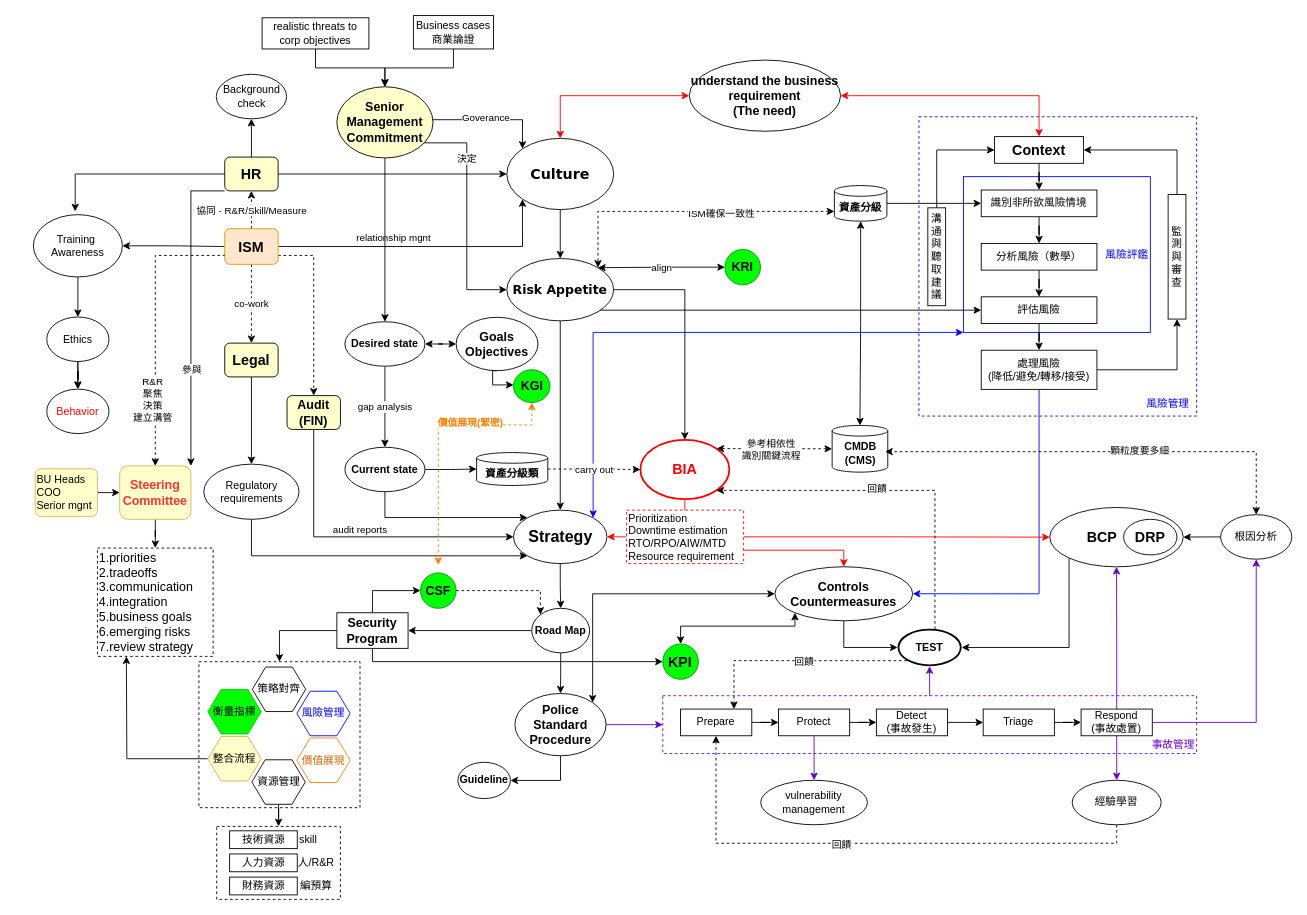
The draw.io diagram CISM.drawio in digipenguin/machinelearn-ndu, before the edit. Source tidied: cells renumbered, new cells numbered last; positions are measured from the earlier drawing's top-left corner, leaving out a move shared by most shapes. Both pictures are drawn from the tidied source at 89%, with x=0, y=0 at pixel (33, 15).
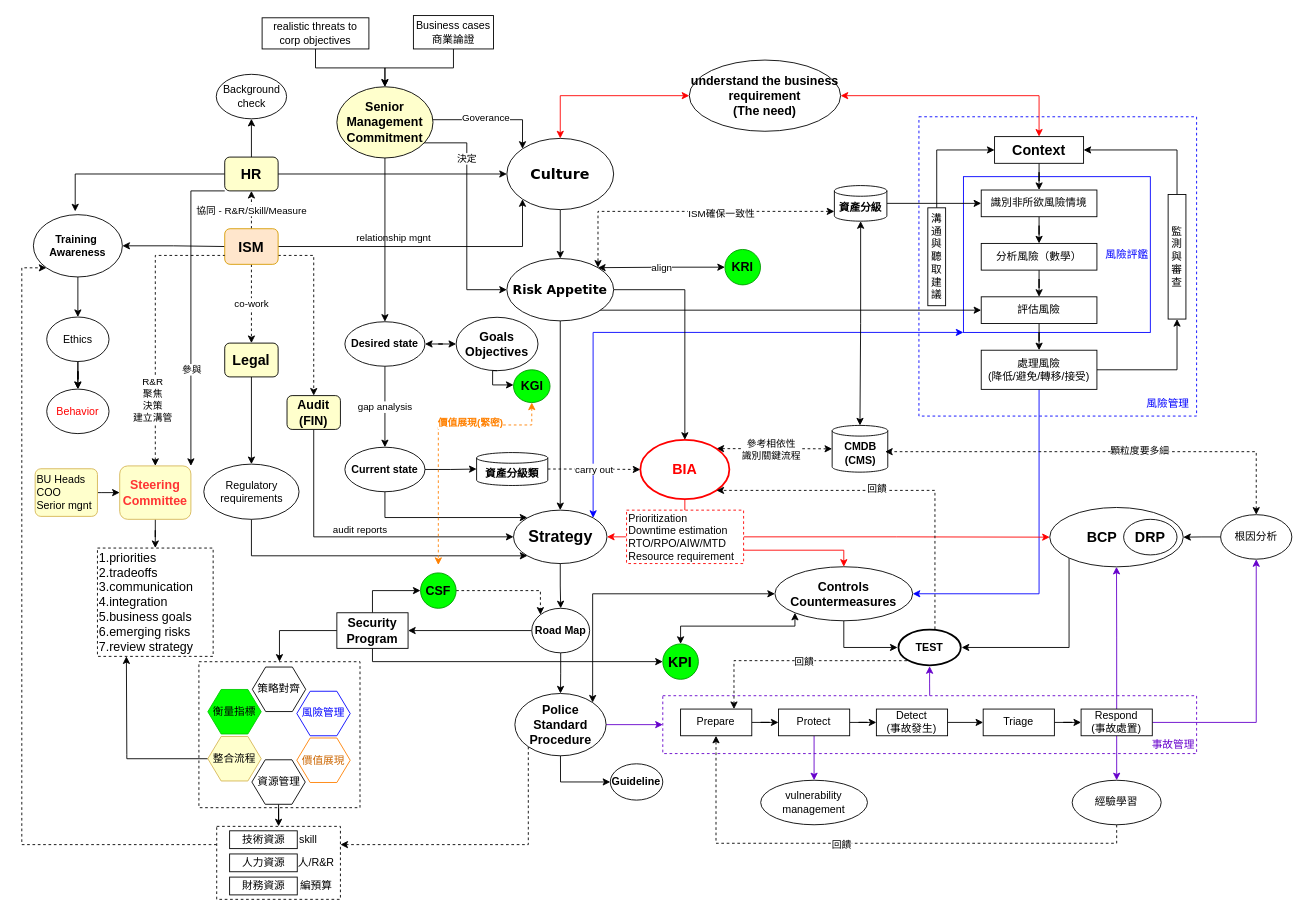
The same page after the edit.

The change refers to these unchanged cells:
```xml
<mxCell id="2" value="/ㄥ" style="rounded=0;whiteSpace=wrap;html=1;dashed=1;" parent="1" vertex="1">
  <mxGeometry x="206" y="911" width="139" height="82" as="geometry" />
</mxCell>
<mxCell id="19" value="&lt;b style=&quot;font-size: 14px&quot;&gt;&lt;span&gt;Police&lt;/span&gt;&lt;br&gt;&lt;span&gt;Standard&lt;/span&gt;&lt;br&gt;&lt;span&gt;Procedure&lt;/span&gt;&lt;/b&gt;" style="ellipse;whiteSpace=wrap;html=1;align=center;" parent="1" vertex="1">
  <mxGeometry x="541" y="761.7" width="102.5" height="70" as="geometry" />
</mxCell>
```

The edit, as a diff of the source:
```diff
@@
+    <mxCell id="168" style="edgeStyle=orthogonalEdgeStyle;rounded=0;jettySize=auto;html=1;exitX=0;exitY=0.25;exitDx=0;exitDy=0;entryX=0;entryY=1;entryDx=0;entryDy=0;dashed=1;" parent="1" edge="1" source="2" target="24">
+      <mxGeometry relative="1" as="geometry">
+        <Array as="points">
+          <mxPoint x="-13" y="932" />
+          <mxPoint x="-13" y="283" />
+        </Array>
+      </mxGeometry>
+    </mxCell>
@@
+    <mxCell id="169" style="edgeStyle=orthogonalEdgeStyle;rounded=0;jettySize=auto;html=1;exitX=0;exitY=1;exitDx=0;exitDy=0;entryX=1;entryY=0.25;entryDx=0;entryDy=0;dashed=1;" parent="1" edge="1" source="19" target="2">
+      <mxGeometry relative="1" as="geometry">
+        <Array as="points">
+          <mxPoint x="556" y="932" />
+        </Array>
+      </mxGeometry>
+    </mxCell>
@@
-    <mxCell id="24" value="Training&amp;nbsp;&lt;br&gt;Awareness" style="ellipse;whiteSpace=wrap;html=1;" parent="1" vertex="1">
+    <mxCell id="24" value="&lt;b&gt;Training&amp;nbsp;&lt;br&gt;Awareness&lt;/b&gt;" style="ellipse;whiteSpace=wrap;html=1;" parent="1" vertex="1">
       <mxGeometry y="223.7" width="100" height="70" as="geometry" />
     </mxCell>
@@
     <mxCell id="93" value="&lt;b&gt;Guideline&lt;/b&gt;" style="ellipse;whiteSpace=wrap;html=1;" parent="1" vertex="1">
-      <mxGeometry x="477" y="839" width="59" height="40.8" as="geometry" />
+      <mxGeometry x="648.2" y="840.7" width="59" height="40.8" as="geometry" />
     </mxCell>
```
